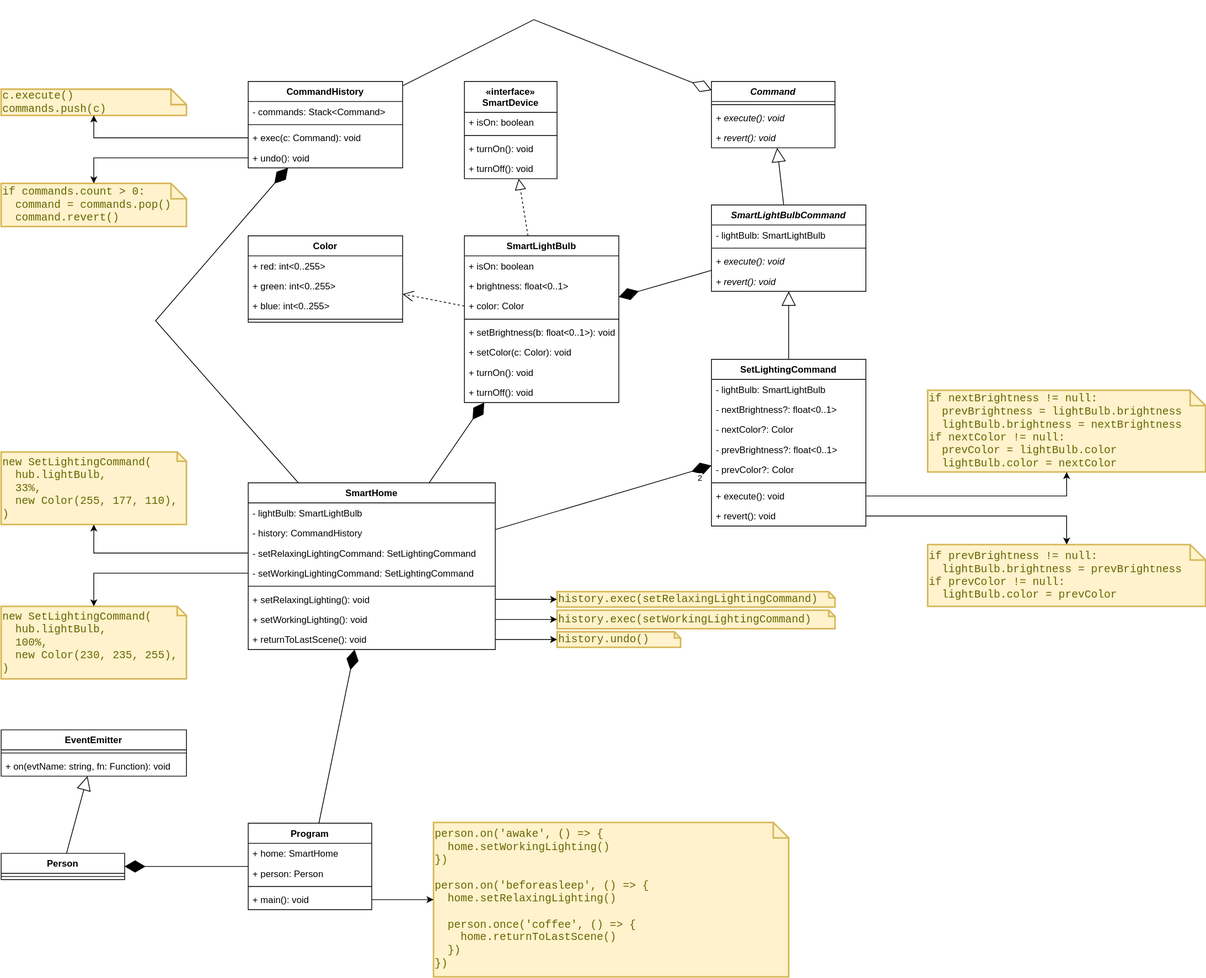
Above: src/patterns/behavioral/command/command.diagram.svg in parzhitsky/interview-questions (draw.io), before the change. Source tidied: cells renumbered, new cells last; positions are measured from the earlier drawing's top-left corner, leaving out a move shared by most shapes.
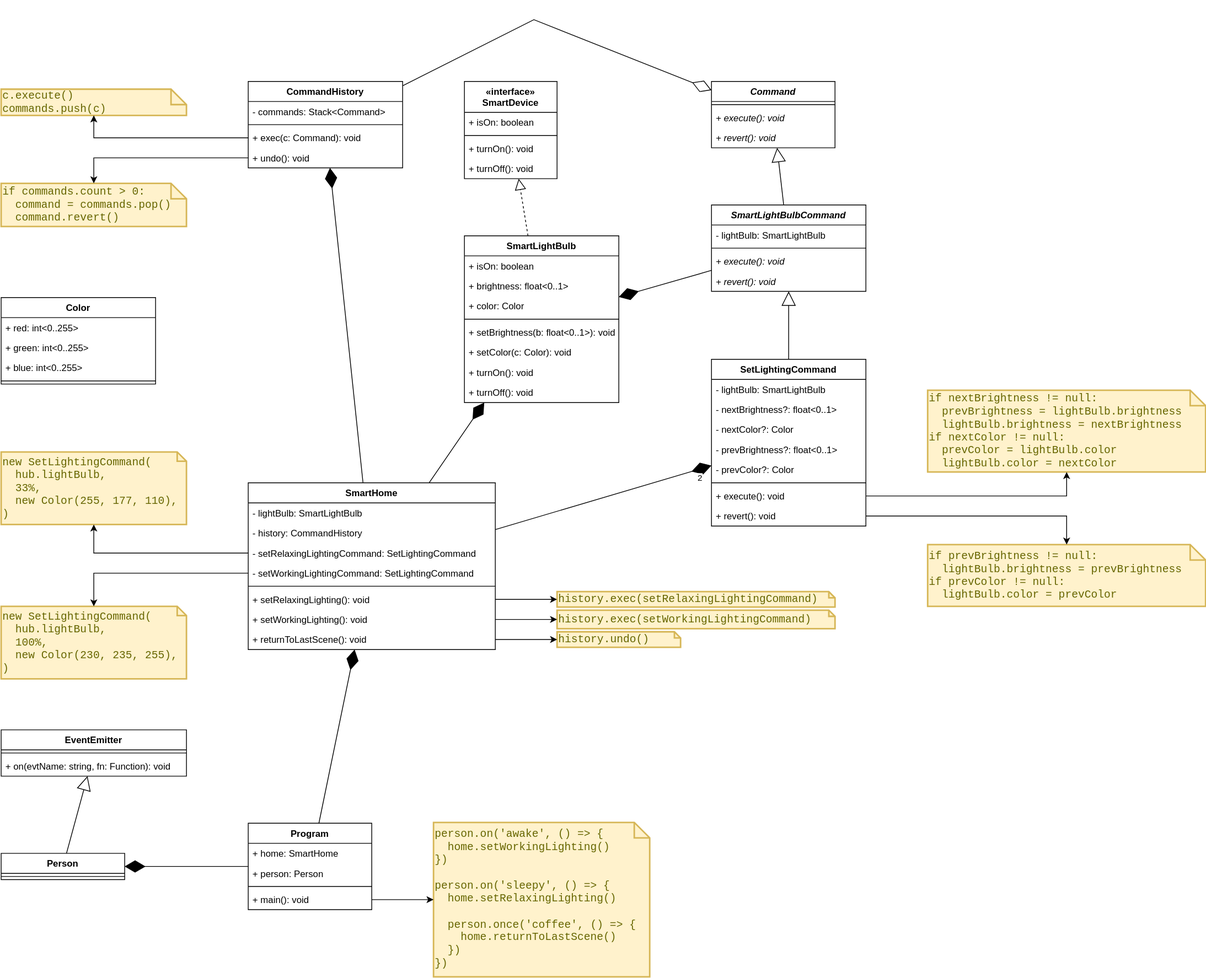
After the change.

Commit message:
Update diagram for the Command pattern

The edit, as a diff of the source:
```diff
@@ -67,7 +67,7 @@
       <mxGeometry relative="1" as="geometry" />
     </mxCell>
     <mxCell id="22" value="Color" style="swimlane;fontStyle=1;align=center;verticalAlign=top;horizontal=1;startSize=26;fontFamily=Helvetica;" parent="1" vertex="1">
-      <mxGeometry x="320" y="280" width="200" height="112" as="geometry" />
+      <mxGeometry y="360" width="200" height="112" as="geometry" />
     </mxCell>
     <mxCell id="23" value="+ red: int&lt;0..255&gt;" style="text;strokeColor=none;fillColor=none;align=left;verticalAlign=top;spacingLeft=4;spacingRight=4;overflow=hidden;fontFamily=Helvetica;" parent="22" vertex="1">
       <mxGeometry y="26" width="200" height="26" as="geometry" />
@@ -196,11 +196,7 @@
       <mxGeometry relative="1" as="geometry" />
     </mxCell>
     <mxCell id="65" style="endArrow=diamondThin;endFill=1;endSize=24;html=1;rounded=0;fontFamily=Courier New;" parent="1" edge="1" source="54" target="44">
-      <mxGeometry relative="1" as="geometry">
-        <Array as="points">
-          <mxPoint x="200" y="390" />
-        </Array>
-      </mxGeometry>
+      <mxGeometry relative="1" as="geometry" />
     </mxCell>
     <mxCell id="66" value="new SetLightingCommand(&lt;br&gt;&amp;nbsp; hub.lightBulb,&lt;br&gt;&amp;nbsp; 33%,&lt;br&gt;&amp;nbsp; new Color(255, 177, 110),&lt;br&gt;)" style="shape=note;strokeWidth=2;fontSize=14;size=12;whiteSpace=wrap;html=1;fillColor=#fff2cc;strokeColor=#d6b656;fontColor=#666600;align=left;verticalAlign=middle;fontFamily=Courier New;" parent="1" vertex="1">
       <mxGeometry y="560" width="240" height="94" as="geometry" />
@@ -222,9 +218,6 @@
     <mxCell id="71" style="edgeStyle=orthogonalEdgeStyle;rounded=0;jettySize=auto;html=1;exitX=0;exitY=0.5;exitDx=0;exitDy=0;fontFamily=Helvetica;" parent="1" edge="1" source="58" target="70">
       <mxGeometry relative="1" as="geometry" />
     </mxCell>
-    <mxCell id="72" style="endArrow=open;endSize=12;dashed=1;html=1;rounded=0;fontFamily=Courier New;exitX=0;exitY=0.5;exitDx=0;exitDy=0;" parent="1" edge="1" source="15" target="22">
-      <mxGeometry relative="1" as="geometry" />
-    </mxCell>
     <mxCell id="73" value="history.exec(setRelaxingLightingCommand)" style="shape=note;strokeWidth=2;fontSize=14;size=8;whiteSpace=wrap;html=1;fillColor=#fff2cc;strokeColor=#d6b656;fontColor=#666600;align=left;verticalAlign=middle;fontFamily=Courier New;" parent="1" vertex="1">
       <mxGeometry x="720" y="741" width="360" height="20" as="geometry" />
     </mxCell>
@@ -282,8 +275,8 @@
     <mxCell id="91" style="endArrow=diamondThin;endFill=1;endSize=24;html=1;rounded=0;fontFamily=Courier New;" parent="1" edge="1" source="79" target="87">
       <mxGeometry relative="1" as="geometry" />
     </mxCell>
-    <mxCell id="92" value="person.on('awake', () =&amp;gt; {&lt;br&gt;&amp;nbsp; home.setWorkingLighting()&lt;br&gt;})&lt;br&gt;&lt;br&gt;person.on('beforeasleep', () =&amp;gt; {&lt;br&gt;&amp;nbsp; home.setRelaxingLighting()&lt;br&gt;&lt;br&gt;&amp;nbsp; person.once('coffee', () =&amp;gt; {&lt;br&gt;&amp;nbsp; &amp;nbsp; home.returnToLastScene()&lt;br&gt;&amp;nbsp; })&lt;br&gt;})" style="shape=note;strokeWidth=2;fontSize=14;size=20;whiteSpace=wrap;html=1;fillColor=#fff2cc;strokeColor=#d6b656;fontColor=#666600;align=left;verticalAlign=top;fontFamily=Courier New;" parent="1" vertex="1">
-      <mxGeometry x="560" y="1040" width="460" height="200" as="geometry" />
+    <mxCell id="92" value="person.on('awake', () =&amp;gt; {&lt;br&gt;&amp;nbsp; home.setWorkingLighting()&lt;br&gt;})&lt;br&gt;&lt;br&gt;person.on('sleepy', () =&amp;gt; {&lt;br&gt;&amp;nbsp; home.setRelaxingLighting()&lt;br&gt;&lt;br&gt;&amp;nbsp; person.once('coffee', () =&amp;gt; {&lt;br&gt;&amp;nbsp; &amp;nbsp; home.returnToLastScene()&lt;br&gt;&amp;nbsp; })&lt;br&gt;})" style="shape=note;strokeWidth=2;fontSize=14;size=20;whiteSpace=wrap;html=1;fillColor=#fff2cc;strokeColor=#d6b656;fontColor=#666600;align=left;verticalAlign=top;fontFamily=Courier New;" parent="1" vertex="1">
+      <mxGeometry x="560" y="1040" width="280" height="200" as="geometry" />
     </mxCell>
     <mxCell id="93" style="edgeStyle=orthogonalEdgeStyle;rounded=0;jettySize=auto;html=1;fontFamily=Helvetica;" parent="1" edge="1" source="83" target="92">
       <mxGeometry relative="1" as="geometry" />
```
